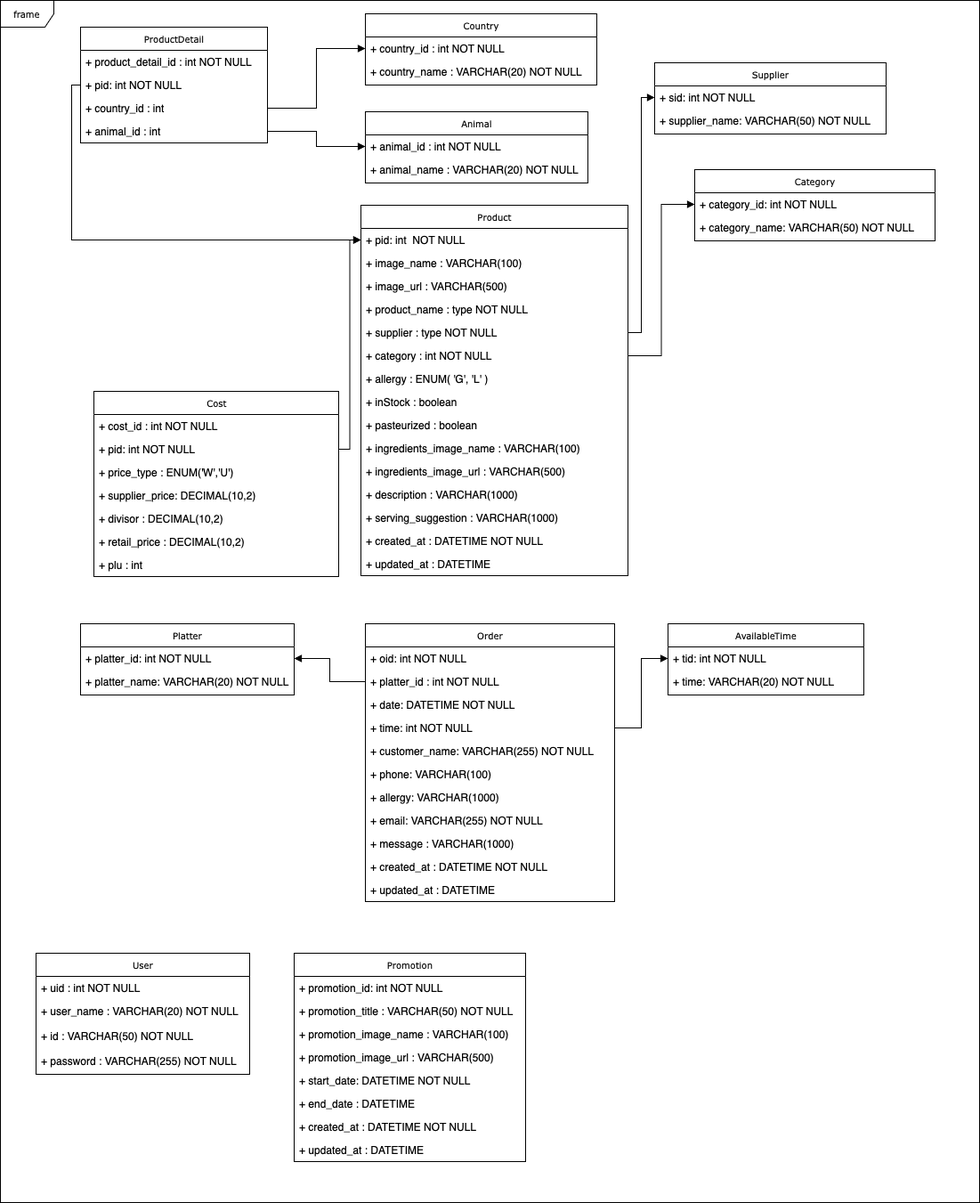
This is document/database-uml.drawio.png from Yunzoo01/linas-deli, a draw.io export, as it was before one commit. Source tidied: cells renumbered, new cells last; positions are measured from the earlier drawing's top-left corner, leaving out a move shared by most shapes.
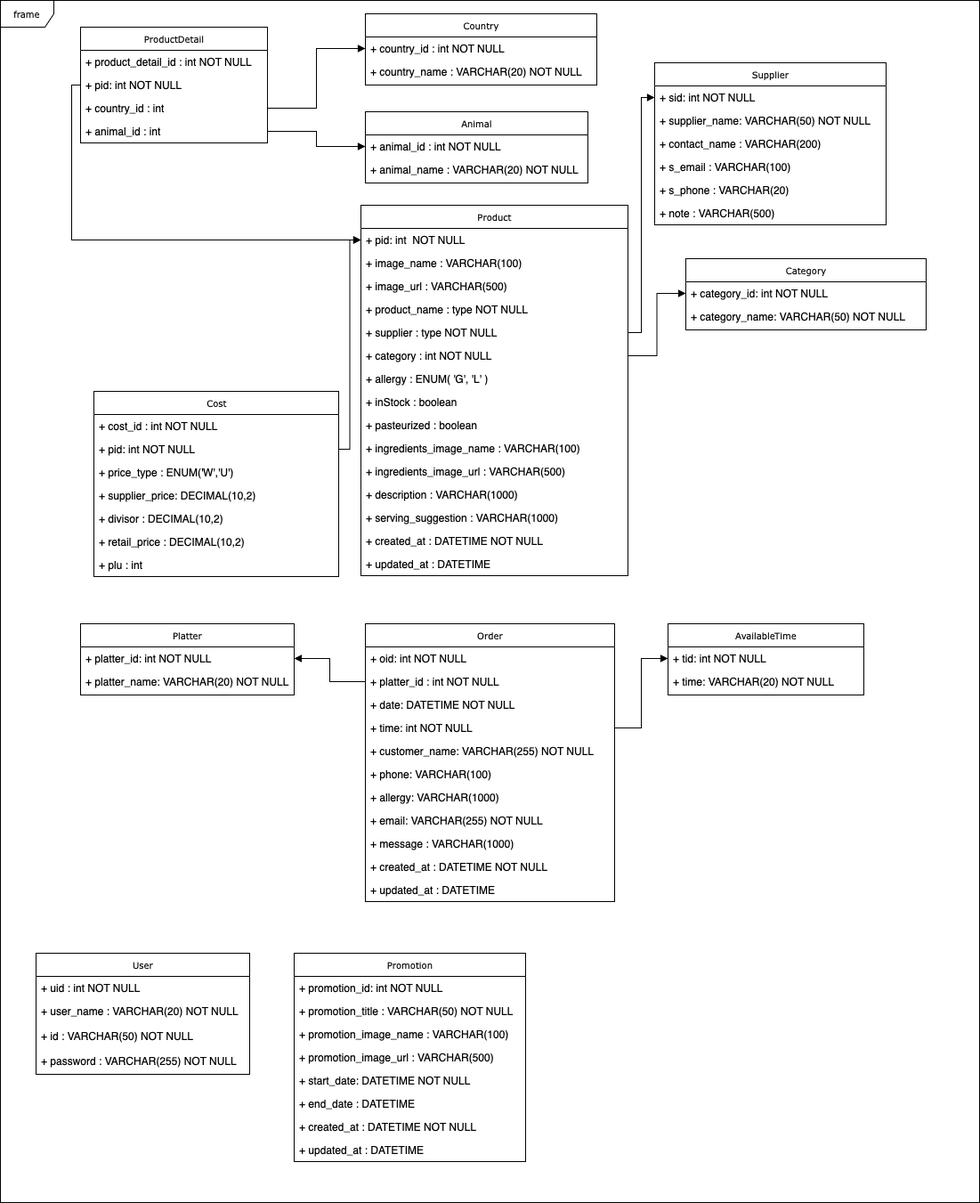
Later version of the same file.

What changed in the source:
```diff
@@ -78,7 +78,7 @@
       <mxGeometry y="182" width="275" height="26" as="geometry" />
     </mxCell>
     <mxCell id="27" value="Supplier" style="swimlane;html=1;fontStyle=0;horizontal=1;startSize=26;fillColor=none;swimlaneFillColor=#ffffff;rounded=0;shadow=0;comic=0;labelBackgroundColor=none;strokeWidth=1;fontFamily=Verdana;fontSize=10;align=center;" parent="1" vertex="1">
-      <mxGeometry x="735" y="70" width="260" height="80" as="geometry" />
+      <mxGeometry x="735" y="70" width="260" height="182" as="geometry" />
     </mxCell>
     <mxCell id="28" value="+ sid: int NOT NULL" style="text;html=1;strokeColor=none;fillColor=none;align=left;verticalAlign=top;spacingLeft=4;spacingRight=4;whiteSpace=wrap;overflow=hidden;points=[[0,0.5],[1,0.5]];portConstraint=eastwest;" parent="27" vertex="1">
       <mxGeometry y="26" width="260" height="26" as="geometry" />
@@ -86,6 +86,18 @@
     <mxCell id="29" value="+ supplier_name: VARCHAR(50) NOT NULL" style="text;html=1;strokeColor=none;fillColor=none;align=left;verticalAlign=top;spacingLeft=4;spacingRight=4;whiteSpace=wrap;overflow=hidden;" parent="27" vertex="1">
       <mxGeometry y="52" width="260" height="26" as="geometry" />
     </mxCell>
+    <mxCell id="84" value="+ contact_name : VARCHAR(200)" style="text;html=1;strokeColor=none;fillColor=none;align=left;verticalAlign=top;spacingLeft=4;spacingRight=4;whiteSpace=wrap;overflow=hidden;" parent="27" vertex="1">
+      <mxGeometry y="78" width="260" height="26" as="geometry" />
+    </mxCell>
+    <mxCell id="85" value="+ s_email : VARCHAR(100)" style="text;html=1;strokeColor=none;fillColor=none;align=left;verticalAlign=top;spacingLeft=4;spacingRight=4;whiteSpace=wrap;overflow=hidden;" parent="27" vertex="1">
+      <mxGeometry y="104" width="260" height="26" as="geometry" />
+    </mxCell>
+    <mxCell id="86" value="+ s_phone : VARCHAR(20)" style="text;html=1;strokeColor=none;fillColor=none;align=left;verticalAlign=top;spacingLeft=4;spacingRight=4;whiteSpace=wrap;overflow=hidden;" parent="27" vertex="1">
+      <mxGeometry y="130" width="260" height="26" as="geometry" />
+    </mxCell>
+    <mxCell id="87" value="+ note : VARCHAR(500)" style="text;html=1;strokeColor=none;fillColor=none;align=left;verticalAlign=top;spacingLeft=4;spacingRight=4;whiteSpace=wrap;overflow=hidden;" parent="27" vertex="1">
+      <mxGeometry y="156" width="260" height="26" as="geometry" />
+    </mxCell>
     <mxCell id="30" value="User" style="swimlane;html=1;fontStyle=0;horizontal=1;startSize=26;fillColor=none;swimlaneFillColor=#ffffff;rounded=0;shadow=0;comic=0;labelBackgroundColor=none;strokeWidth=1;fontFamily=Verdana;fontSize=10;align=center;" parent="1" vertex="1">
       <mxGeometry x="40" y="1070" width="240" height="136" as="geometry" />
     </mxCell>
@@ -171,7 +183,7 @@
       <mxGeometry y="104" width="210" height="26" as="geometry" />
     </mxCell>
     <mxCell id="58" value="Category" style="swimlane;html=1;fontStyle=0;horizontal=1;startSize=26;fillColor=none;swimlaneFillColor=#ffffff;rounded=0;shadow=0;comic=0;labelBackgroundColor=none;strokeWidth=1;fontFamily=Verdana;fontSize=10;align=center;" parent="1" vertex="1">
-      <mxGeometry x="780" y="190" width="270" height="80" as="geometry" />
+      <mxGeometry x="770" y="290" width="270" height="80" as="geometry" />
     </mxCell>
     <mxCell id="59" value="+ category_id: int NOT NULL" style="text;html=1;strokeColor=none;fillColor=none;align=left;verticalAlign=top;spacingLeft=4;spacingRight=4;whiteSpace=wrap;overflow=hidden;points=[[0,0.5],[1,0.5]];portConstraint=eastwest;" parent="58" vertex="1">
       <mxGeometry y="26" width="270" height="26" as="geometry" />
```
